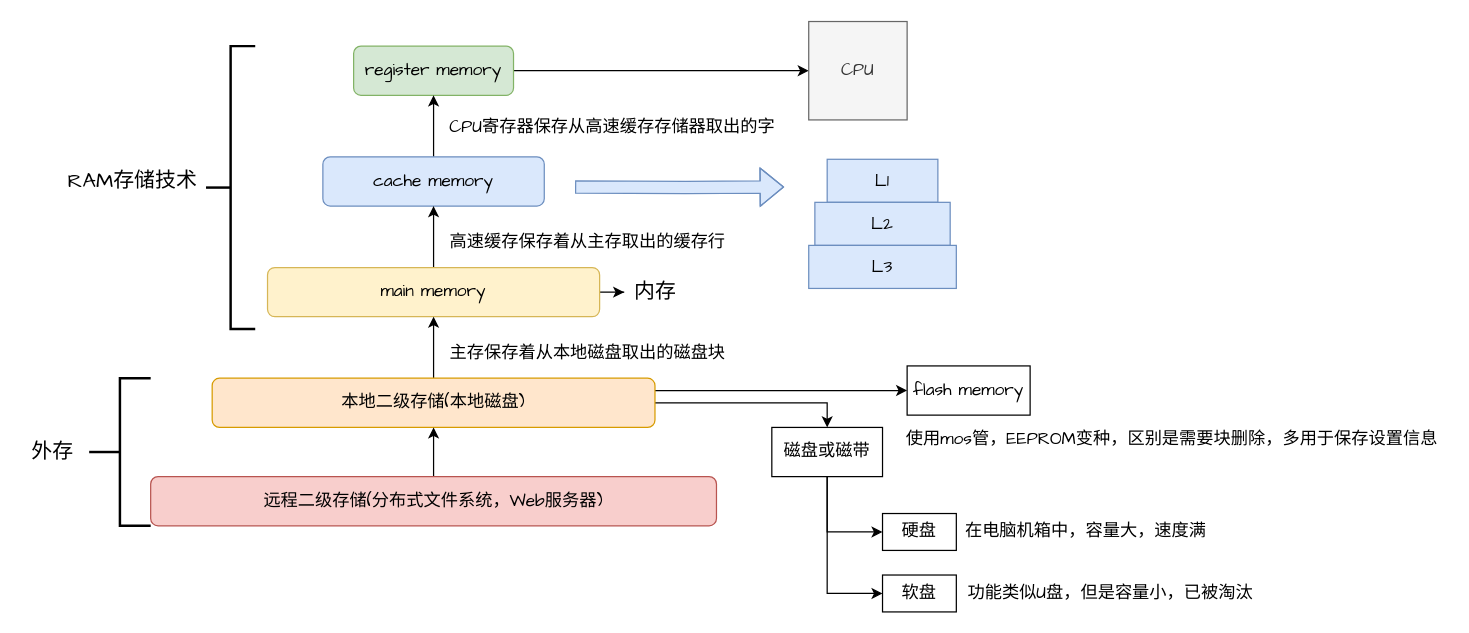
Above: page "memory" (10 of 13) of test.drawio in lijin-coder/picture (draw.io), before the change. Source tidied: cells renumbered, new cells numbered last; positions are measured from the earlier drawing's top-left corner, leaving out a move shared by most shapes. Both pictures are drawn from the tidied source at 123%, with x=0, y=0 at pixel (21, 21).
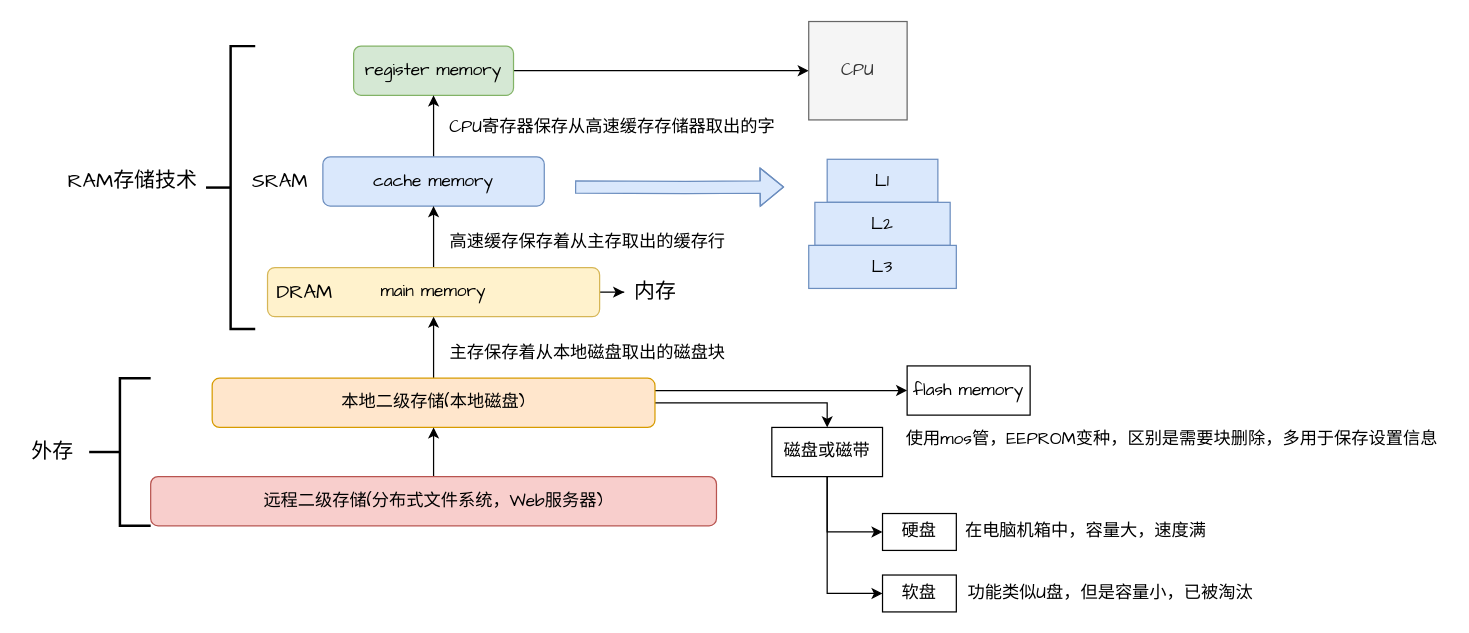
Above is the later version.

Change to the diagram source:
```diff
@@
+    <mxCell id="37" value="SRAM" style="text;html=1;align=center;verticalAlign=middle;strokeColor=none;fillColor=none;fontSize=16;fontFamily=Comic Sans MS;" parent="1" vertex="1">
+      <mxGeometry x="180" y="120" width="60" height="20" as="geometry" />
+    </mxCell>
+    <mxCell id="38" value="DRAM" style="text;html=1;align=center;verticalAlign=middle;strokeColor=none;fillColor=none;fontSize=16;fontFamily=Comic Sans MS;" parent="1" vertex="1">
+      <mxGeometry x="200" y="210" width="60" height="20" as="geometry" />
+    </mxCell>
```
